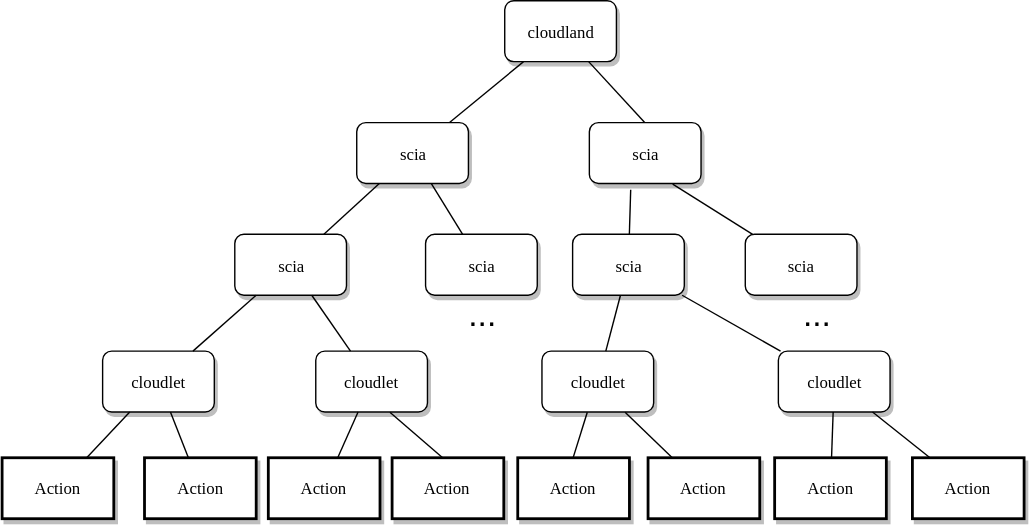
Before: web/tree.svg, a diagram exported from draw.io (Catherine2019/cloudland). Source tidied: cells renumbered, new cells last; positions are measured from the earlier drawing's top-left corner, leaving out a move shared by most shapes.
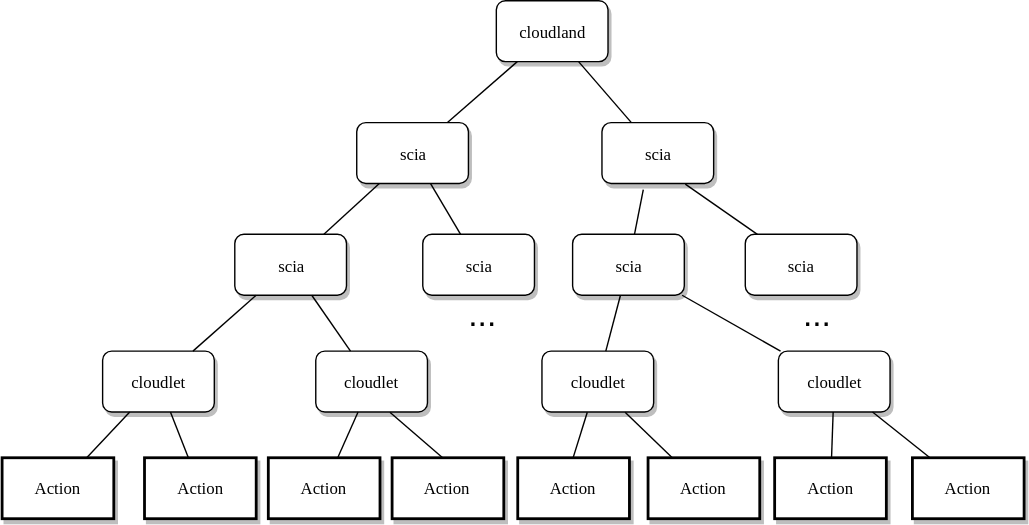
Above is the later version.

The edit, as a diff of the source:
```diff
@@ -3,12 +3,12 @@
     <mxCell id="0" />
     <mxCell id="1" parent="0" />
     <mxCell id="2" value="cloudland" style="whiteSpace=wrap;html=1;rounded=1;shadow=1;labelBackgroundColor=none;strokeColor=#000000;strokeWidth=1;fillColor=#ffffff;fontFamily=Verdana;fontSize=12;fontColor=#000000;align=center;" parent="1" vertex="1">
-      <mxGeometry x="359" width="79.8" height="43.5" as="geometry" />
+      <mxGeometry x="353" width="79.8" height="43.5" as="geometry" />
     </mxCell>
     <mxCell id="3" value="scia" style="whiteSpace=wrap;html=1;rounded=1;shadow=1;labelBackgroundColor=none;strokeColor=#000000;strokeWidth=1;fillColor=#ffffff;fontFamily=Verdana;fontSize=12;fontColor=#000000;align=center;" parent="1" vertex="1">
       <mxGeometry x="253.3" y="87.1" width="79.8" height="43.5" as="geometry" />
     </mxCell>
-    <mxCell id="4" style="rounded=0;html=1;labelBackgroundColor=none;startArrow=none;startFill=0;startSize=5;endArrow=none;endFill=0;endSize=5;jettySize=auto;strokeColor=#000000;strokeWidth=1;fontFamily=Verdana;fontSize=12;fontColor=#000000;entryX=0.5;entryY=0;entryDx=0;entryDy=0;" parent="1" edge="1" source="2" target="22">
+    <mxCell id="4" style="rounded=0;html=1;labelBackgroundColor=none;startArrow=none;startFill=0;startSize=5;endArrow=none;endFill=0;endSize=5;jettySize=auto;strokeColor=#000000;strokeWidth=1;fontFamily=Verdana;fontSize=12;fontColor=#000000;" parent="1" edge="1" source="2" target="22">
       <mxGeometry x="-0.3" y="13" relative="1" as="geometry" />
     </mxCell>
     <mxCell id="5" style="edgeStyle=none;rounded=0;html=1;labelBackgroundColor=none;startArrow=none;startFill=0;startSize=5;endArrow=none;endFill=0;endSize=5;jettySize=auto;strokeColor=#000000;strokeWidth=1;fontFamily=Verdana;fontSize=12;fontColor=#000000;" parent="1" edge="1" source="2" target="3">
@@ -18,7 +18,7 @@
       <mxGeometry x="166.2" y="166.9" width="79.8" height="43.5" as="geometry" />
     </mxCell>
     <mxCell id="7" value="scia" style="whiteSpace=wrap;html=1;rounded=1;shadow=1;labelBackgroundColor=none;strokeColor=#000000;strokeWidth=1;fillColor=#ffffff;fontFamily=Verdana;fontSize=12;fontColor=#000000;align=center;" parent="1" vertex="1">
-      <mxGeometry x="302.5" y="166.9" width="79.8" height="43.5" as="geometry" />
+      <mxGeometry x="300.5" y="166.9" width="79.8" height="43.5" as="geometry" />
     </mxCell>
     <mxCell id="8" value="cloudlet" style="whiteSpace=wrap;html=1;rounded=1;shadow=1;labelBackgroundColor=none;strokeColor=#000000;strokeWidth=1;fillColor=#ffffff;fontFamily=Verdana;fontSize=12;fontColor=#000000;align=center;" parent="1" vertex="1">
       <mxGeometry x="71.8" y="250.3" width="79.8" height="43.5" as="geometry" />
@@ -65,7 +65,7 @@
       </mxGeometry>
     </mxCell>
     <mxCell id="22" value="scia" style="whiteSpace=wrap;html=1;rounded=1;shadow=1;labelBackgroundColor=none;strokeColor=#000000;strokeWidth=1;fillColor=#ffffff;fontFamily=Verdana;fontSize=12;fontColor=#000000;align=center;" parent="1" vertex="1">
-      <mxGeometry x="419.5" y="87.1" width="79.8" height="43.5" as="geometry" />
+      <mxGeometry x="428.5" y="87.1" width="79.8" height="43.5" as="geometry" />
     </mxCell>
     <mxCell id="23" value="scia" style="whiteSpace=wrap;html=1;rounded=1;shadow=1;labelBackgroundColor=none;strokeColor=#000000;strokeWidth=1;fillColor=#ffffff;fontFamily=Verdana;fontSize=12;fontColor=#000000;align=center;" parent="1" vertex="1">
       <mxGeometry x="407.5" y="166.9" width="79.8" height="43.5" as="geometry" />
```
